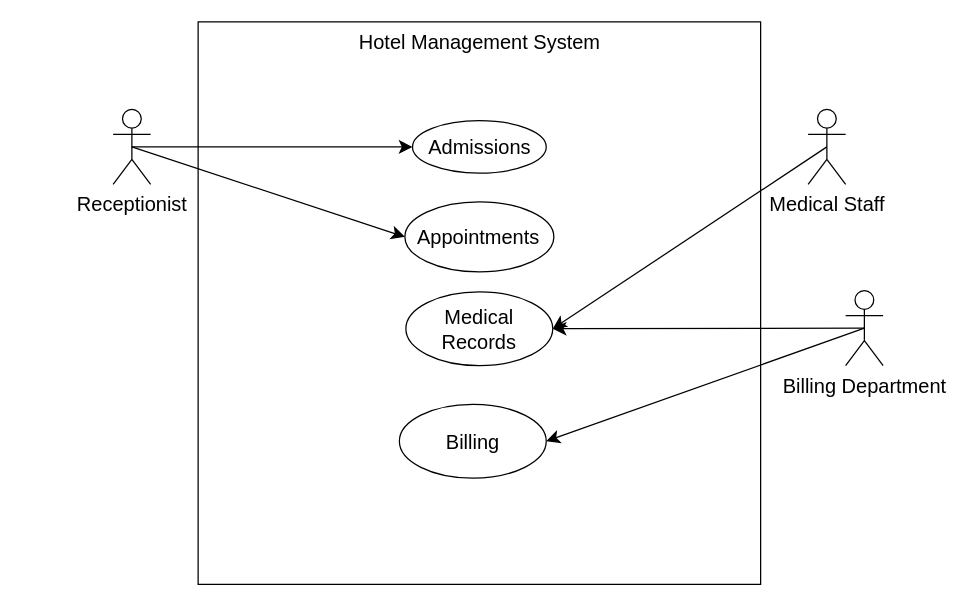
josephlau2003/Data-Science-For-Beginners keeps this draw.io diagram as Untitled Diagram.drawio. Above is the earlier version. Source tidied: cells renumbered, new cells numbered last; positions are measured from the earlier drawing's top-left corner, leaving out a move shared by most shapes. Both pictures are drawn from the tidied source at 125%, with x=0, y=0 at pixel (112, 21).
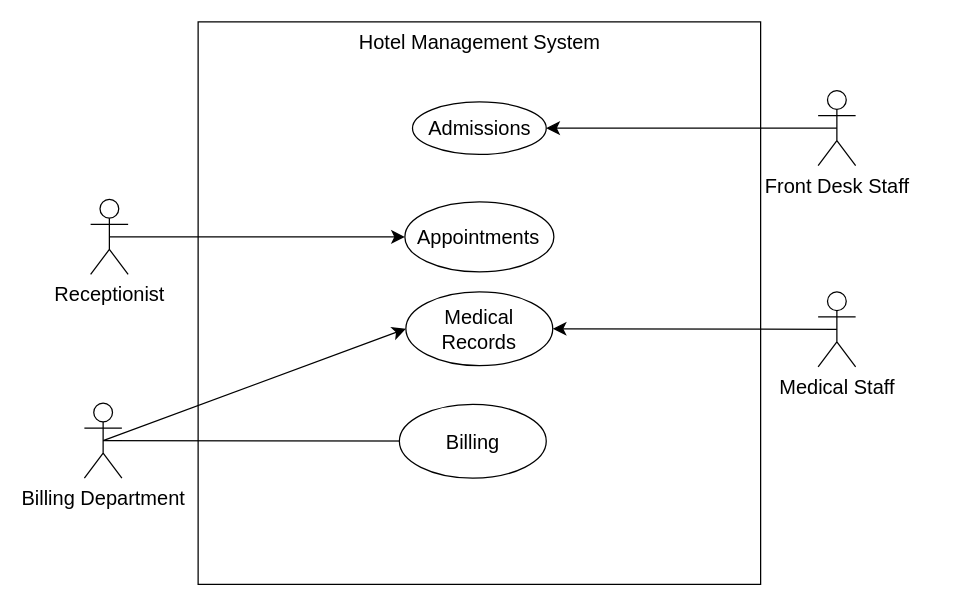
After the change.

The edit, as a diff of the source:
```diff
@@
 <mxGraphModel>
   <root>
     <mxCell id="0" />
     <mxCell id="1" parent="0" />
     <mxCell id="2" style="whiteSpace=wrap;html=1;fontSize=16;" parent="1" vertex="1">
       <mxGeometry x="68" width="450" height="450" as="geometry" />
     </mxCell>
-    <mxCell id="3" style="edgeStyle=none;curved=1;rounded=0;jettySize=auto;html=1;exitX=0.5;exitY=0.5;exitDx=0;exitDy=0;exitPerimeter=0;entryX=0;entryY=0.5;entryDx=0;entryDy=0;fontSize=12;startSize=8;endSize=8;" parent="1" edge="1" source="5" target="9">
+    <mxCell id="3" style="edgeStyle=none;curved=1;rounded=0;jettySize=auto;html=1;entryX=1;entryY=0.5;entryDx=0;entryDy=0;fontSize=12;startSize=8;endSize=8;exitX=0.5;exitY=0.5;exitDx=0;exitDy=0;exitPerimeter=0;" parent="1" edge="1" source="16" target="9">
       <mxGeometry relative="1" as="geometry" />
     </mxCell>
     <mxCell id="4" style="edgeStyle=none;curved=1;rounded=0;jettySize=auto;html=1;exitX=0.5;exitY=0.5;exitDx=0;exitDy=0;exitPerimeter=0;entryX=0;entryY=0.5;entryDx=0;entryDy=0;fontSize=12;startSize=8;endSize=8;" parent="1" edge="1" source="5" target="10">
       <mxGeometry relative="1" as="geometry" />
     </mxCell>
     <mxCell id="5" value="Receptionist" style="shape=umlActor;verticalLabelPosition=bottom;verticalAlign=top;html=1;outlineConnect=0;fontSize=16;" parent="1" vertex="1">
-      <mxGeometry y="70" width="30" height="60" as="geometry" />
+      <mxGeometry x="-18" y="142" width="30" height="60" as="geometry" />
     </mxCell>
     <mxCell id="6" style="edgeStyle=none;curved=1;rounded=0;jettySize=auto;html=1;exitX=0.5;exitY=0.5;exitDx=0;exitDy=0;exitPerimeter=0;entryX=1;entryY=0.5;entryDx=0;entryDy=0;fontSize=12;startSize=8;endSize=8;" parent="1" edge="1" source="7" target="11">
       <mxGeometry relative="1" as="geometry" />
     </mxCell>
     <mxCell id="7" value="Medical Staff" style="shape=umlActor;verticalLabelPosition=bottom;verticalAlign=top;html=1;outlineConnect=0;fontSize=16;" parent="1" vertex="1">
-      <mxGeometry x="556" y="70" width="30" height="60" as="geometry" />
+      <mxGeometry x="564" y="216" width="30" height="60" as="geometry" />
     </mxCell>
     <mxCell id="8" value="Hotel Management System" style="text;html=1;align=center;verticalAlign=middle;strokeColor=none;fillColor=none;fontSize=16;" parent="1" vertex="1">
       <mxGeometry x="187.5" width="211" height="31" as="geometry" />
     </mxCell>
     <mxCell id="9" value="Admissions" style="ellipse;whiteSpace=wrap;html=1;fontSize=16;" parent="1" vertex="1">
-      <mxGeometry x="239.5" y="79" width="107" height="42" as="geometry" />
+      <mxGeometry x="239.5" y="64" width="107" height="42" as="geometry" />
     </mxCell>
     <mxCell id="10" value="Appointments" style="ellipse;whiteSpace=wrap;html=1;fontSize=16;" parent="1" vertex="1">
       <mxGeometry x="233.4" y="144" width="119.2" height="56" as="geometry" />
     </mxCell>
     <mxCell id="11" value="Medical Records" style="ellipse;whiteSpace=wrap;html=1;fontSize=16;" parent="1" vertex="1">
       <mxGeometry x="234.2" y="216" width="117.5" height="59" as="geometry" />
     </mxCell>
-    <mxCell id="12" style="edgeStyle=none;curved=1;rounded=0;jettySize=auto;html=1;exitX=0.5;exitY=0.5;exitDx=0;exitDy=0;exitPerimeter=0;entryX=1;entryY=0.5;entryDx=0;entryDy=0;fontSize=12;startSize=8;endSize=8;" parent="1" edge="1" source="14" target="11">
+    <mxCell id="12" style="edgeStyle=none;curved=1;rounded=0;jettySize=auto;html=1;exitX=0.5;exitY=0.5;exitDx=0;exitDy=0;exitPerimeter=0;entryX=0;entryY=0.5;entryDx=0;entryDy=0;fontSize=12;startSize=8;endSize=8;" parent="1" edge="1" source="14" target="11">
       <mxGeometry relative="1" as="geometry" />
     </mxCell>
     <mxCell id="13" style="edgeStyle=none;curved=1;rounded=0;jettySize=auto;html=1;exitX=0.5;exitY=0.5;exitDx=0;exitDy=0;exitPerimeter=0;entryX=1;entryY=0.5;entryDx=0;entryDy=0;fontSize=12;startSize=8;endSize=8;" parent="1" edge="1" source="14" target="15">
       <mxGeometry relative="1" as="geometry" />
     </mxCell>
     <mxCell id="14" value="Billing Department" style="shape=umlActor;verticalLabelPosition=bottom;verticalAlign=top;html=1;outlineConnect=0;fontSize=16;" parent="1" vertex="1">
-      <mxGeometry x="586" y="215" width="30" height="60" as="geometry" />
+      <mxGeometry x="-23" y="305" width="30" height="60" as="geometry" />
     </mxCell>
     <mxCell id="15" value="Billing" style="ellipse;whiteSpace=wrap;html=1;fontSize=16;" parent="1" vertex="1">
       <mxGeometry x="229" y="306" width="117.5" height="59" as="geometry" />
     </mxCell>
+    <mxCell id="16" value="Front Desk Staff" style="shape=umlActor;verticalLabelPosition=bottom;verticalAlign=top;html=1;outlineConnect=0;fontSize=16;" parent="1" vertex="1">
+      <mxGeometry x="564" y="55" width="30" height="60" as="geometry" />
+    </mxCell>
   </root>
 </mxGraphModel>
```
